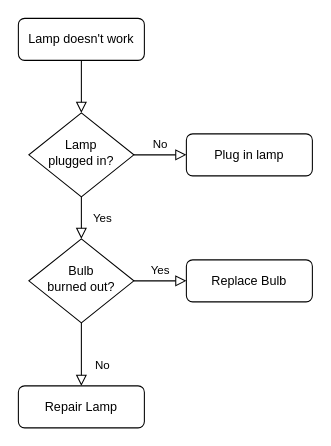
This is UML for Bank.drawio from jonwestman/UML, a draw.io file, before an edit. Source tidied: cells renumbered, new cells numbered last; positions are measured from the earlier drawing's top-left corner, leaving out a move shared by most shapes. Both pictures are drawn from the tidied source at 105%, with x=0, y=0 at pixel (18, 18).
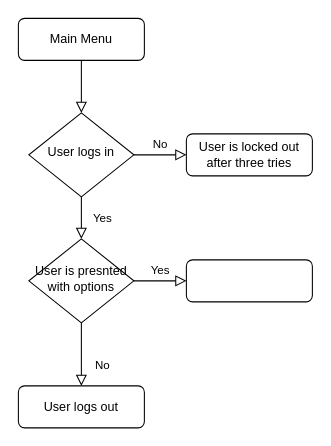
The same diagram, later.

The edit, as a diff of the source:
```diff
@@
 <mxGraphModel>
   <root>
     <mxCell id="0" />
     <mxCell id="1" parent="0" />
     <mxCell id="2" style="rounded=0;html=1;jettySize=auto;fontSize=11;endArrow=block;endFill=0;endSize=8;strokeWidth=1;shadow=0;labelBackgroundColor=none;edgeStyle=orthogonalEdgeStyle;" parent="1" edge="1" source="3" target="6">
       <mxGeometry relative="1" as="geometry" />
     </mxCell>
-    <mxCell id="3" value="Lamp doesn't work" style="rounded=1;whiteSpace=wrap;html=1;fontSize=12;glass=0;strokeWidth=1;shadow=0;" parent="1" vertex="1">
+    <mxCell id="3" value="Main Menu" style="rounded=1;whiteSpace=wrap;html=1;fontSize=12;glass=0;strokeWidth=1;shadow=0;" parent="1" vertex="1">
       <mxGeometry width="120" height="40" as="geometry" />
     </mxCell>
     <mxCell id="4" value="Yes" style="rounded=0;html=1;jettySize=auto;fontSize=11;endArrow=block;endFill=0;endSize=8;strokeWidth=1;shadow=0;labelBackgroundColor=none;edgeStyle=orthogonalEdgeStyle;" parent="1" edge="1" source="6" target="10">
       <mxGeometry y="20" relative="1" as="geometry" />
     </mxCell>
     <mxCell id="5" value="No" style="edgeStyle=orthogonalEdgeStyle;rounded=0;html=1;jettySize=auto;fontSize=11;endArrow=block;endFill=0;endSize=8;strokeWidth=1;shadow=0;labelBackgroundColor=none;" parent="1" edge="1" source="6" target="7">
       <mxGeometry y="10" relative="1" as="geometry" />
     </mxCell>
-    <mxCell id="6" value="Lamp&lt;br&gt;plugged in?" style="rhombus;whiteSpace=wrap;html=1;shadow=0;fontFamily=Helvetica;fontSize=12;align=center;strokeWidth=1;spacing=6;spacingTop=-4;" parent="1" vertex="1">
+    <mxCell id="6" value="User logs in" style="rhombus;whiteSpace=wrap;html=1;shadow=0;fontFamily=Helvetica;fontSize=12;align=center;strokeWidth=1;spacing=6;spacingTop=-4;" parent="1" vertex="1">
       <mxGeometry x="10" y="90" width="100" height="80" as="geometry" />
     </mxCell>
-    <mxCell id="7" value="Plug in lamp" style="rounded=1;whiteSpace=wrap;html=1;fontSize=12;glass=0;strokeWidth=1;shadow=0;" parent="1" vertex="1">
+    <mxCell id="7" value="User is locked out after three tries" style="rounded=1;whiteSpace=wrap;html=1;fontSize=12;glass=0;strokeWidth=1;shadow=0;" parent="1" vertex="1">
       <mxGeometry x="160" y="110" width="120" height="40" as="geometry" />
     </mxCell>
     <mxCell id="8" value="No" style="rounded=0;html=1;jettySize=auto;fontSize=11;endArrow=block;endFill=0;endSize=8;strokeWidth=1;shadow=0;labelBackgroundColor=none;edgeStyle=orthogonalEdgeStyle;" parent="1" edge="1" source="10" target="11">
       <mxGeometry x="0.33" y="20" relative="1" as="geometry" />
     </mxCell>
     <mxCell id="9" value="Yes" style="edgeStyle=orthogonalEdgeStyle;rounded=0;html=1;jettySize=auto;fontSize=11;endArrow=block;endFill=0;endSize=8;strokeWidth=1;shadow=0;labelBackgroundColor=none;" parent="1" edge="1" source="10" target="12">
       <mxGeometry y="10" relative="1" as="geometry" />
     </mxCell>
-    <mxCell id="10" value="Bulb&lt;br&gt;burned out?" style="rhombus;whiteSpace=wrap;html=1;shadow=0;fontFamily=Helvetica;fontSize=12;align=center;strokeWidth=1;spacing=6;spacingTop=-4;" parent="1" vertex="1">
+    <mxCell id="10" value="User is presnted with options" style="rhombus;whiteSpace=wrap;html=1;shadow=0;fontFamily=Helvetica;fontSize=12;align=center;strokeWidth=1;spacing=6;spacingTop=-4;" parent="1" vertex="1">
       <mxGeometry x="10" y="210" width="100" height="80" as="geometry" />
     </mxCell>
-    <mxCell id="11" value="Repair Lamp" style="rounded=1;whiteSpace=wrap;html=1;fontSize=12;glass=0;strokeWidth=1;shadow=0;" parent="1" vertex="1">
+    <mxCell id="11" value="User logs out" style="rounded=1;whiteSpace=wrap;html=1;fontSize=12;glass=0;strokeWidth=1;shadow=0;" parent="1" vertex="1">
       <mxGeometry y="350" width="120" height="40" as="geometry" />
     </mxCell>
-    <mxCell id="12" value="Replace Bulb" style="rounded=1;whiteSpace=wrap;html=1;fontSize=12;glass=0;strokeWidth=1;shadow=0;" parent="1" vertex="1">
+    <mxCell id="12" style="rounded=1;whiteSpace=wrap;html=1;fontSize=12;glass=0;strokeWidth=1;shadow=0;" parent="1" vertex="1">
       <mxGeometry x="160" y="230" width="120" height="40" as="geometry" />
     </mxCell>
   </root>
 </mxGraphModel>
```
